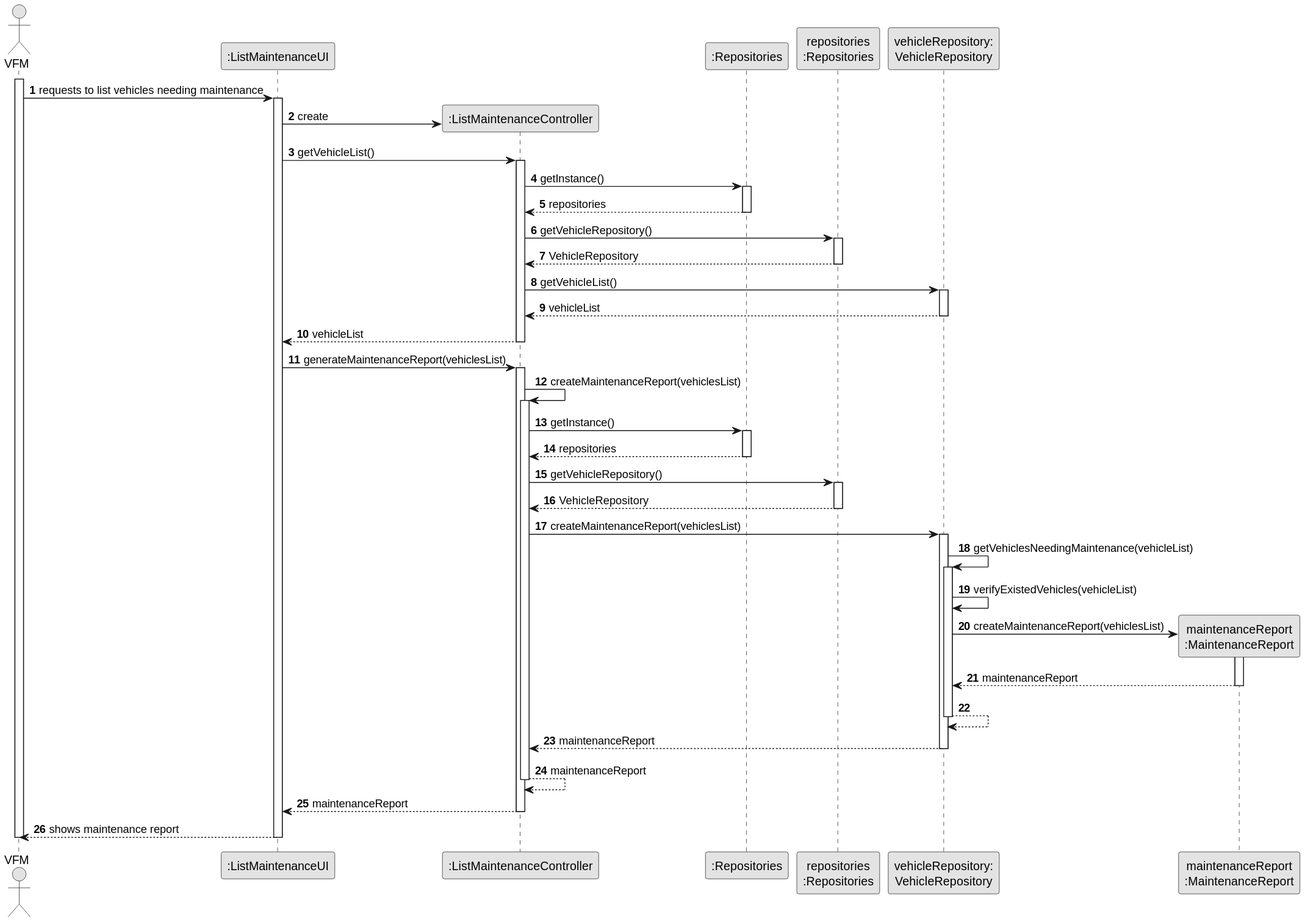
Earlier version of the PlantUML export docs/sprintB/us008/03.design/svg/us008-sequence-diagram-full.svg (ricardomm7/leaflink).
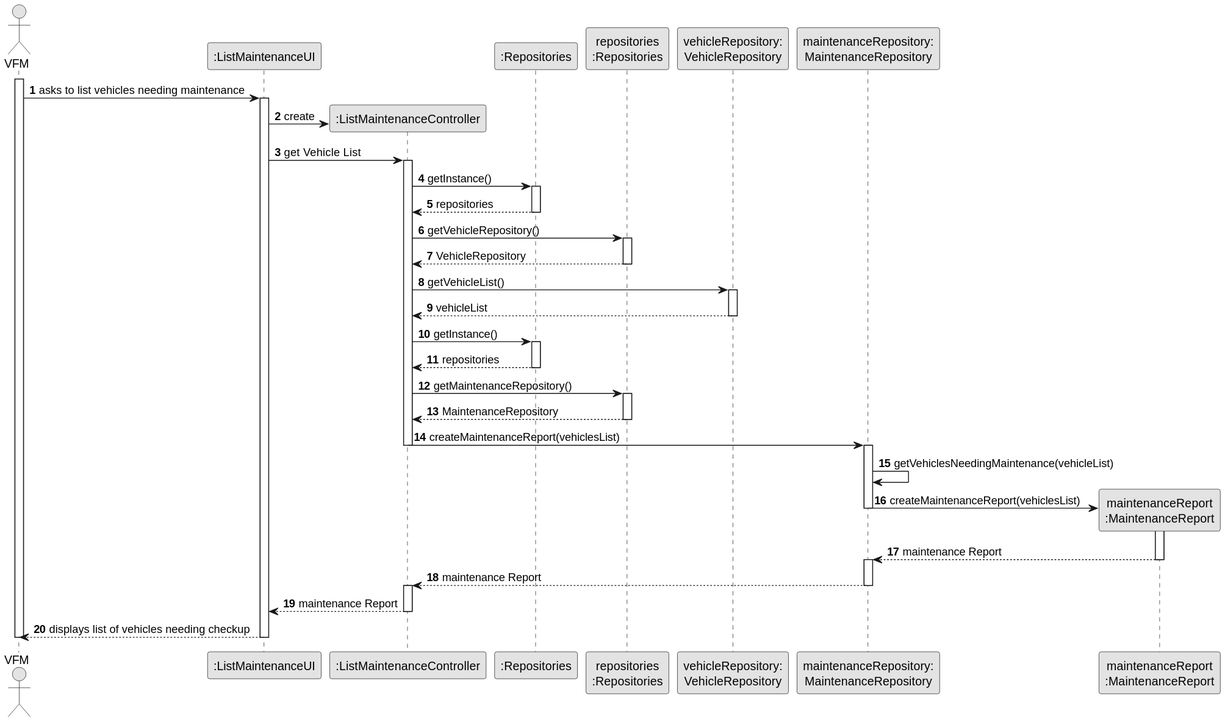
After the change.

Diff of the diagram source:
```diff
@@ -11,16 +11,17 @@
 participant ":Repositories" as RepositorySingleton
 participant "repositories\n:Repositories" as PLAT
 participant "vehicleRepository:\nVehicleRepository" as VehicleRepository
+participant "maintenanceRepository:\nMaintenanceRepository" as MaintenanceRepository
 participant "maintenanceReport\n:MaintenanceReport" as MaintenanceReport
 
 activate VFM
 
-    VFM -> UI : requests to list vehicles needing maintenance
+    VFM -> UI : asks to list vehicles needing maintenance
     activate UI
 
         UI -> CTRL** : create
 
-        UI -> CTRL : getVehicleList()
+        UI -> CTRL : get Vehicle List
         activate CTRL
 
             CTRL -> RepositorySingleton : getInstance()
@@ -41,15 +42,6 @@
                 VehicleRepository --> CTRL : vehicleList
             deactivate VehicleRepository
 
-            CTRL --> UI : vehicleList
-        deactivate CTRL
-
-
-        UI -> CTRL : generateMaintenanceReport(vehiclesList)
-        activate CTRL
-
-            CTRL -> CTRL : createMaintenanceReport(vehiclesList)
-            activate CTRL
 
                 CTRL -> RepositorySingleton : getInstance()
                 activate RepositorySingleton
@@ -57,39 +49,37 @@
                     RepositorySingleton --> CTRL: repositories
                 deactivate RepositorySingleton
 
-                CTRL -> PLAT : getVehicleRepository()
+                CTRL -> PLAT : getMaintenanceRepository()
                 activate PLAT
 
-                    PLAT --> CTRL: VehicleRepository
+                    PLAT --> CTRL: MaintenanceRepository
                 deactivate PLAT
 
-                CTRL -> VehicleRepository : createMaintenanceReport(vehiclesList)
-                activate VehicleRepository
 
-                VehicleRepository -> VehicleRepository: getVehiclesNeedingMaintenance(vehicleList)
-                activate VehicleRepository
+                CTRL -> MaintenanceRepository : createMaintenanceReport(vehiclesList)
+                deactivate CTRL
+                activate MaintenanceRepository
 
-                    VehicleRepository -> VehicleRepository:verifyExistedVehicles(vehicleList)
+                MaintenanceRepository -> MaintenanceRepository: getVehiclesNeedingMaintenance(vehicleList)
 
-                    VehicleRepository -> MaintenanceReport **: createMaintenanceReport(vehiclesList)
+                    MaintenanceRepository -> MaintenanceReport **: createMaintenanceReport(vehiclesList)
+                    deactivate MaintenanceRepository
                     activate MaintenanceReport
 
-                    MaintenanceReport --> VehicleRepository : maintenanceReport
+                    MaintenanceReport --> MaintenanceRepository : maintenance Report
                     deactivate MaintenanceReport
 
-                VehicleRepository --> VehicleRepository
-                deactivate VehicleRepository
+                    activate MaintenanceRepository
 
-                VehicleRepository --> CTRL : maintenanceReport
-                deactivate VehicleRepository
+                MaintenanceRepository --> CTRL : maintenance Report
+                deactivate MaintenanceRepository
 
-            CTRL --> CTRL : maintenanceReport
+            activate CTRL
+
+            CTRL --> UI : maintenance Report
             deactivate CTRL
 
-            CTRL --> UI : maintenanceReport
-        deactivate CTRL
-
-        UI --> VFM : shows maintenance report
+        UI --> VFM : displays list of vehicles needing checkup
     deactivate UI
 
 deactivate VFM
```
